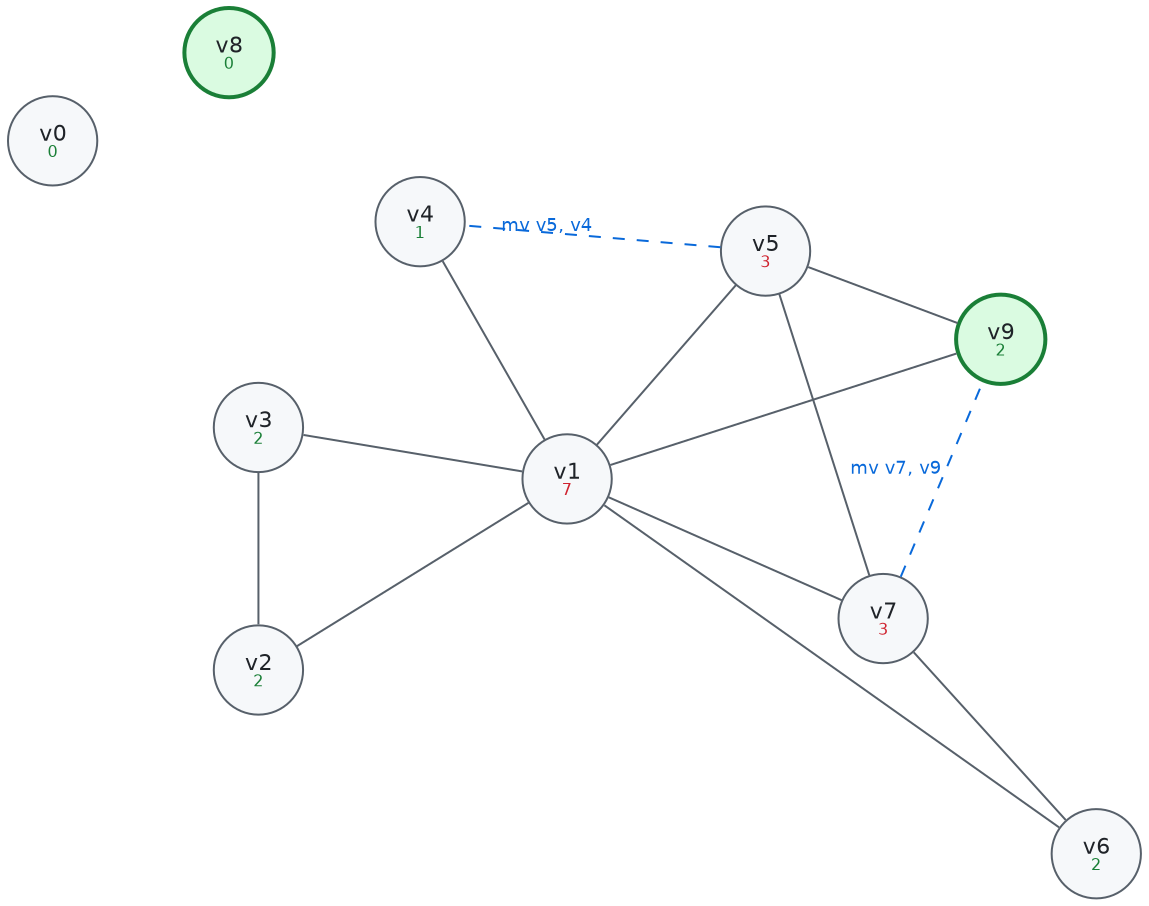
Earlier version of the Graphviz export Sable/compiler/doc/figures/wt-7-round2.png (aita/CompLab). Its source is kept beside it as Sable/compiler/doc/figures/wt-7-round2.dot.
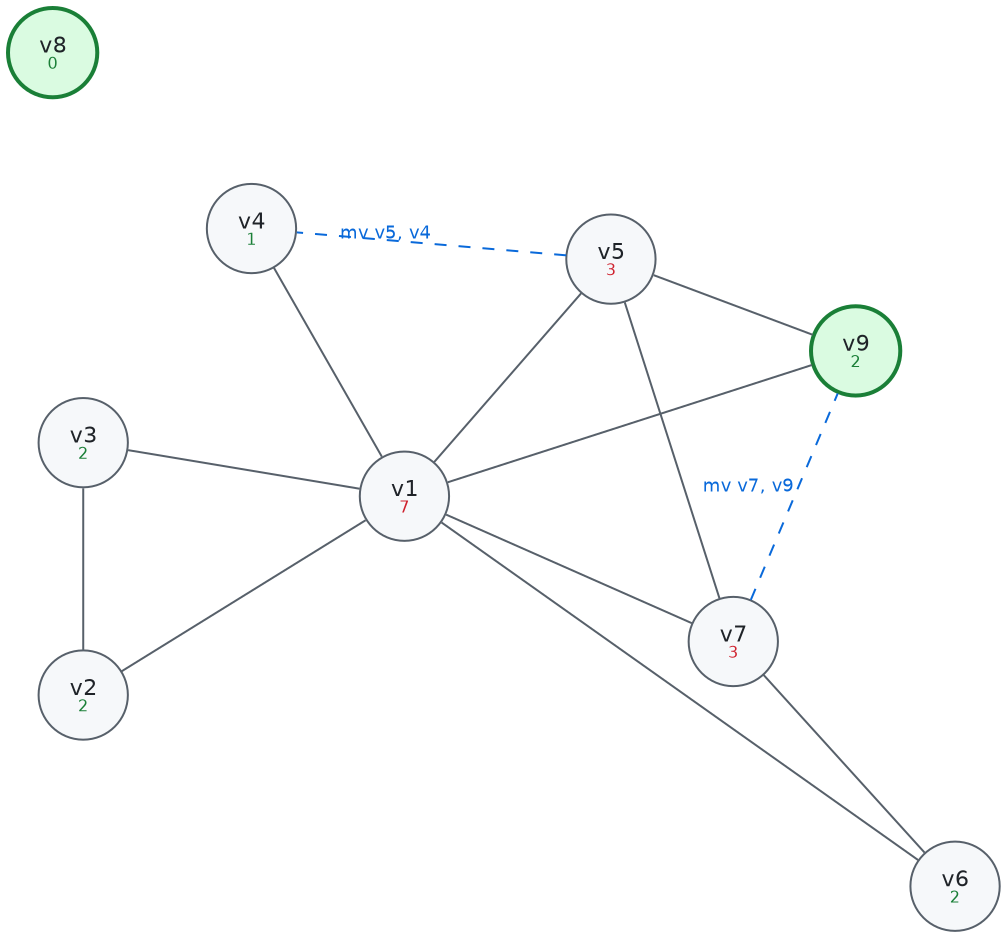
The same diagram one commit later.

Diff of the diagram source:
```diff
@@ -15,7 +15,6 @@
   v9 [label = <v9<BR/><FONT POINT-SIZE="8" COLOR="#1a7f37">2</FONT>>, fillcolor = "#dafbe1", color = "#1a7f37", penwidth = 2 pos = "2.95,0.95!"];
   v7 [label = <v7<BR/><FONT POINT-SIZE="8" COLOR="#cf222e">3</FONT>>, fillcolor = "#f6f8fa", color = "#57606a" pos = "2.15,-0.95!"];
   v6 [label = <v6<BR/><FONT POINT-SIZE="8" COLOR="#1a7f37">2</FONT>>, fillcolor = "#f6f8fa", color = "#57606a" pos = "3.6,-2.55!"];
-  v0 [label = <v0<BR/><FONT POINT-SIZE="8" COLOR="#1a7f37">0</FONT>>, fillcolor = "#f6f8fa", color = "#57606a" pos = "-3.5,2.3!"];
   v8 [label = <v8<BR/><FONT POINT-SIZE="8" COLOR="#1a7f37">0</FONT>>, fillcolor = "#dafbe1", color = "#1a7f37", penwidth = 2 pos = "-2.3,2.9!"];
   v1 -- v2;
   v1 -- v3;
```
